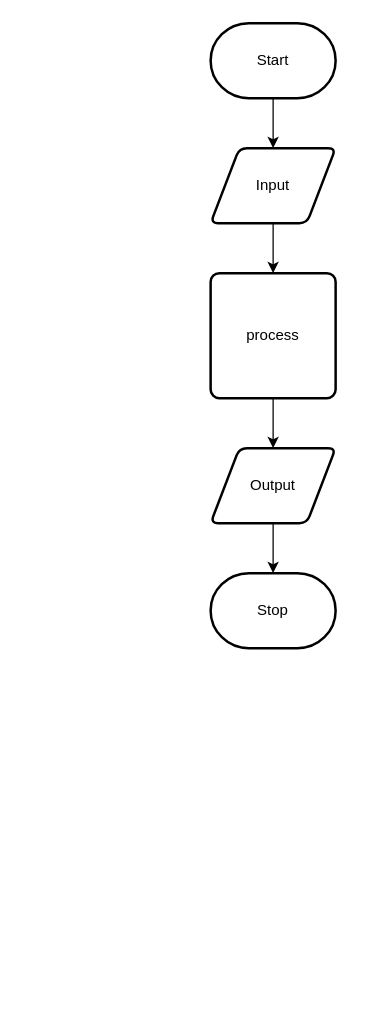
The draw.io diagram design/flow-chart.drawio in Liya-Getachew/ICS20-Unit5-01-JS, before the edit. Source tidied: cells renumbered, new cells numbered last; positions are measured from the earlier drawing's top-left corner, leaving out a move shared by most shapes. Both pictures are drawn from the tidied source at 125%, with x=0, y=0 at pixel (210, 22).
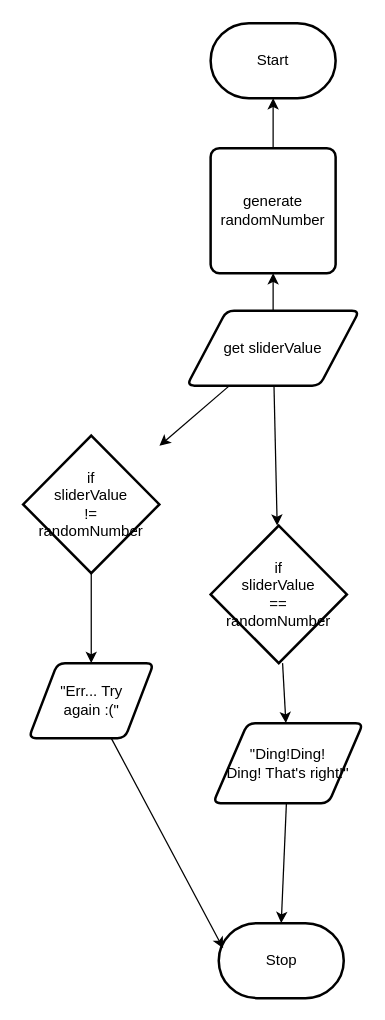
The same diagram, later.

Commit message (it also covers changes not shown here):
chart and board

Change to the diagram source:
```diff
@@
 <mxGraphModel>
   <root>
     <mxCell id="0" />
     <mxCell id="1" parent="0" />
-    <mxCell id="2" style="edgeStyle=none;html=1;" parent="1" edge="1" source="3" target="5">
-      <mxGeometry relative="1" as="geometry" />
-    </mxCell>
     <mxCell id="3" value="Start" style="strokeWidth=2;html=1;shape=mxgraph.flowchart.terminator;whiteSpace=wrap;" parent="1" vertex="1">
       <mxGeometry width="100" height="60" as="geometry" />
     </mxCell>
-    <mxCell id="4" style="edgeStyle=none;html=1;" parent="1" edge="1" source="5" target="7">
+    <mxCell id="4" style="edgeStyle=none;html=1;entryX=0.5;entryY=1;entryDx=0;entryDy=0;" parent="1" edge="1" source="5" target="7">
       <mxGeometry relative="1" as="geometry" />
     </mxCell>
+    <mxCell id="11" style="edgeStyle=none;html=1;" parent="1" edge="1" source="5" target="15">
+      <mxGeometry relative="1" as="geometry" />
+    </mxCell>
+    <mxCell id="12" style="edgeStyle=none;html=1;" parent="1" edge="1" source="5" target="21">
+      <mxGeometry relative="1" as="geometry" />
+    </mxCell>
-    <mxCell id="5" value="Input" style="shape=parallelogram;html=1;strokeWidth=2;perimeter=parallelogramPerimeter;whiteSpace=wrap;rounded=1;arcSize=12;size=0.23;" parent="1" vertex="1">
-      <mxGeometry y="100" width="100" height="60" as="geometry" />
+    <mxCell id="5" value="get&amp;nbsp;sliderValue" style="shape=parallelogram;html=1;strokeWidth=2;perimeter=parallelogramPerimeter;whiteSpace=wrap;rounded=1;arcSize=12;size=0.23;" parent="1" vertex="1">
+      <mxGeometry x="-19" y="230" width="138" height="60" as="geometry" />
     </mxCell>
-    <mxCell id="6" style="edgeStyle=none;html=1;" parent="1" edge="1" source="7" target="9">
-      <mxGeometry relative="1" as="geometry" />
-    </mxCell>
+    <mxCell id="13" style="edgeStyle=none;html=1;entryX=0.5;entryY=1;entryDx=0;entryDy=0;entryPerimeter=0;" parent="1" edge="1" source="7" target="3">
+      <mxGeometry relative="1" as="geometry" />
+    </mxCell>
-    <mxCell id="7" value="process" style="rounded=1;whiteSpace=wrap;html=1;absoluteArcSize=1;arcSize=14;strokeWidth=2;" parent="1" vertex="1">
-      <mxGeometry y="200" width="100" height="100" as="geometry" />
+    <mxCell id="7" value="generate &lt;br&gt;randomNumber" style="rounded=1;whiteSpace=wrap;html=1;absoluteArcSize=1;arcSize=14;strokeWidth=2;" parent="1" vertex="1">
+      <mxGeometry y="100" width="100" height="100" as="geometry" />
     </mxCell>
-    <mxCell id="8" style="edgeStyle=none;html=1;" parent="1" edge="1" source="9" target="10">
-      <mxGeometry relative="1" as="geometry" />
-    </mxCell>
-    <mxCell id="9" value="Output" style="shape=parallelogram;html=1;strokeWidth=2;perimeter=parallelogramPerimeter;whiteSpace=wrap;rounded=1;arcSize=12;size=0.23;" parent="1" vertex="1">
-      <mxGeometry y="340" width="100" height="60" as="geometry" />
-    </mxCell>
     <mxCell id="10" value="Stop" style="strokeWidth=2;html=1;shape=mxgraph.flowchart.terminator;whiteSpace=wrap;" parent="1" vertex="1">
-      <mxGeometry y="440" width="100" height="60" as="geometry" />
+      <mxGeometry x="6.5" y="720" width="100" height="60" as="geometry" />
     </mxCell>
+    <mxCell id="14" style="edgeStyle=none;html=1;" parent="1" edge="1" source="15" target="17">
+      <mxGeometry relative="1" as="geometry" />
+    </mxCell>
+    <mxCell id="15" value="if&lt;br&gt;sliderValue&lt;br&gt;==&lt;br&gt;randomNumber" style="strokeWidth=2;html=1;shape=mxgraph.flowchart.decision;whiteSpace=wrap;" parent="1" vertex="1">
+      <mxGeometry y="402" width="109" height="110" as="geometry" />
+    </mxCell>
+    <mxCell id="16" style="edgeStyle=none;html=1;entryX=0.5;entryY=0;entryDx=0;entryDy=0;entryPerimeter=0;" parent="1" edge="1" source="17" target="10">
+      <mxGeometry relative="1" as="geometry" />
+    </mxCell>
+    <mxCell id="17" value="&quot;Ding!Ding!&lt;br&gt;Ding! That's right!&quot;" style="shape=parallelogram;html=1;strokeWidth=2;perimeter=parallelogramPerimeter;whiteSpace=wrap;rounded=1;arcSize=12;size=0.23;" parent="1" vertex="1">
+      <mxGeometry x="2" y="560" width="120" height="64" as="geometry" />
+    </mxCell>
+    <mxCell id="18" style="edgeStyle=none;html=1;entryX=0.035;entryY=0.336;entryDx=0;entryDy=0;entryPerimeter=0;" parent="1" edge="1" source="19" target="10">
+      <mxGeometry relative="1" as="geometry" />
+    </mxCell>
+    <mxCell id="19" value="&quot;Err... Try &lt;br&gt;again :(&quot;" style="shape=parallelogram;html=1;strokeWidth=2;perimeter=parallelogramPerimeter;whiteSpace=wrap;rounded=1;arcSize=12;size=0.23;" parent="1" vertex="1">
+      <mxGeometry x="-145.5" y="512" width="100" height="60" as="geometry" />
+    </mxCell>
+    <mxCell id="20" style="edgeStyle=none;html=1;" parent="1" edge="1" source="21" target="19">
+      <mxGeometry relative="1" as="geometry" />
+    </mxCell>
+    <mxCell id="21" value="if&lt;br&gt;sliderValue&lt;br&gt;!=&lt;br&gt;randomNumber" style="strokeWidth=2;html=1;shape=mxgraph.flowchart.decision;whiteSpace=wrap;" parent="1" vertex="1">
+      <mxGeometry x="-150" y="330" width="109" height="110" as="geometry" />
+    </mxCell>
   </root>
 </mxGraphModel>
```
